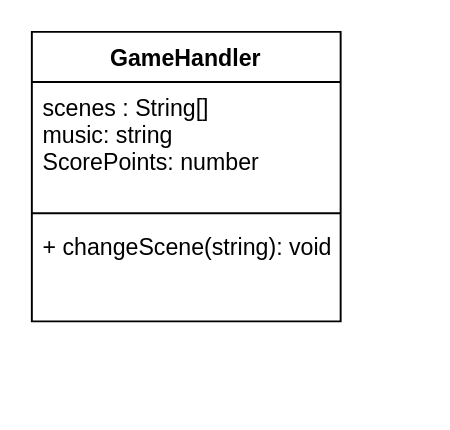
MimPMC/Stolen-Hearts keeps this draw.io diagram as Namnlöst diagram.drawio. Above is the earlier version. Source tidied: cells renumbered, new cells numbered last; positions are measured from the earlier drawing's top-left corner, leaving out a move shared by most shapes. Both pictures are drawn from the tidied source at 193%, with x=0, y=0 at pixel (31, 31).
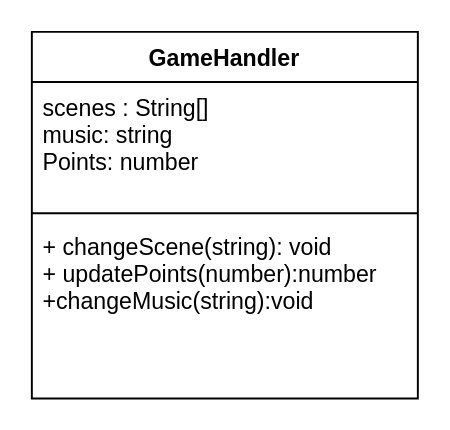
The same diagram, later.

Change to the diagram source:
```diff
@@
 <mxGraphModel>
   <root>
     <mxCell id="0" />
     <mxCell id="1" parent="0" />
     <mxCell id="2" value="GameHandler" style="swimlane;fontStyle=1;align=center;verticalAlign=top;horizontal=1;startSize=26;" parent="1" vertex="1">
-      <mxGeometry width="160" height="150" as="geometry" />
+      <mxGeometry width="200" height="190" as="geometry" />
     </mxCell>
-    <mxCell id="3" value="scenes : String[]&#10;music: string&#10;ScorePoints: number&#10;&#10;&#10;" style="text;strokeColor=none;fillColor=none;align=left;verticalAlign=top;spacingLeft=4;spacingRight=4;overflow=hidden;" parent="2" vertex="1">
-      <mxGeometry y="26" width="160" height="64" as="geometry" />
+    <mxCell id="3" value="scenes : String[]&#10;music: string&#10;Points: number&#10;&#10;&#10;" style="text;strokeColor=none;fillColor=none;align=left;verticalAlign=top;spacingLeft=4;spacingRight=4;overflow=hidden;" parent="2" vertex="1">
+      <mxGeometry y="26" width="200" height="64" as="geometry" />
     </mxCell>
     <mxCell id="4" style="line;strokeWidth=1;fillColor=none;align=left;verticalAlign=middle;spacingTop=-1;spacingLeft=3;spacingRight=3;labelPosition=right;strokeColor=inherit;" parent="2" vertex="1">
-      <mxGeometry y="90" width="160" height="8" as="geometry" />
+      <mxGeometry y="90" width="200" height="8" as="geometry" />
     </mxCell>
-    <mxCell id="5" value="+ changeScene(string): void&#10;" style="text;strokeColor=none;fillColor=none;align=left;verticalAlign=top;spacingLeft=4;spacingRight=4;overflow=hidden;" parent="2" vertex="1">
-      <mxGeometry y="98" width="160" height="52" as="geometry" />
+    <mxCell id="5" value="+ changeScene(string): void&#10;+ updatePoints(number):number&#10;+changeMusic(string):void&#10;&#10;&#10;" style="text;strokeColor=none;fillColor=none;align=left;verticalAlign=top;spacingLeft=4;spacingRight=4;overflow=hidden;" parent="2" vertex="1">
+      <mxGeometry y="98" width="200" height="92" as="geometry" />
     </mxCell>
   </root>
 </mxGraphModel>
```
